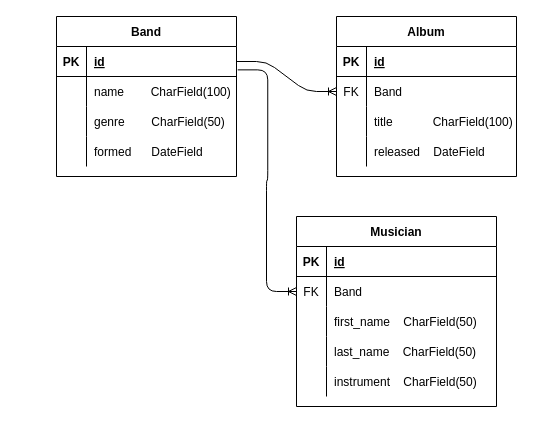
cliveford/bandology keeps this draw.io diagram as diagrams/erd.drawio. Above is the earlier version. Source tidied: cells renumbered, new cells numbered last; positions are measured from the earlier drawing's top-left corner, leaving out a move shared by most shapes. Both pictures are drawn from the tidied source at 100%, with x=0, y=0 at pixel (56, 16).
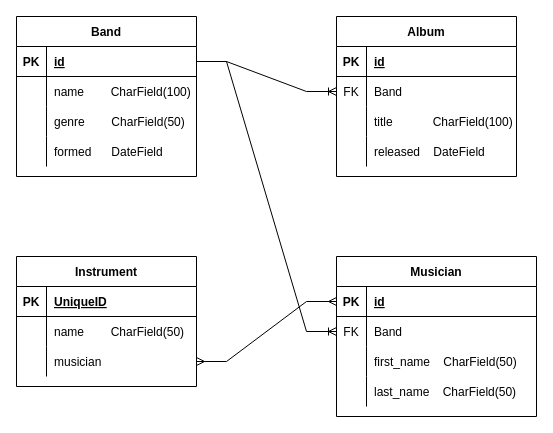
The same page after the edit.

The change refers to these unchanged cells:
```xml
<mxCell id="3" style="shape=partialRectangle;fillColor=none;top=0;left=0;bottom=1;right=0;points=[[0,0.5],[1,0.5]];portConstraint=eastwest;" parent="2" vertex="1">
  <mxGeometry y="30" width="180" height="30" as="geometry" />
</mxCell>
<mxCell id="19" style="shape=partialRectangle;fillColor=none;top=0;left=0;bottom=0;right=0;points=[[0,0.5],[1,0.5]];portConstraint=eastwest;" parent="15" vertex="1">
  <mxGeometry y="60" width="180" height="30" as="geometry" />
</mxCell>
<mxCell id="30" style="shape=partialRectangle;fillColor=none;top=0;left=0;bottom=1;right=0;points=[[0,0.5],[1,0.5]];portConstraint=eastwest;" parent="29" vertex="1">
  <mxGeometry y="30" width="200" height="30" as="geometry" />
</mxCell>
<mxCell id="33" style="shape=partialRectangle;fillColor=none;top=0;left=0;bottom=0;right=0;points=[[0,0.5],[1,0.5]];portConstraint=eastwest;" parent="29" vertex="1">
  <mxGeometry y="60" width="200" height="30" as="geometry" />
</mxCell>
```

The edit, as a diff of the source:
```diff
@@
     <mxCell id="2" value="Band" style="shape=table;startSize=30;childLayout=tableLayout;rowLines=0;fontStyle=1;align=center;" parent="1" vertex="1">
-      <mxGeometry width="180" height="160" as="geometry" />
+      <mxGeometry x="-40" width="180" height="160" as="geometry" />
     </mxCell>
@@
-    <mxCell id="28" style="edgeStyle=entityRelationEdgeStyle;fontSize=12;html=1;endArrow=ERoneToMany;exitX=1;exitY=0.5;exitDx=0;exitDy=0;entryX=0;entryY=0.5;entryDx=0;entryDy=0;" parent="1" edge="1" source="3" target="19">
-      <mxGeometry relative="1" as="geometry" />
+    <mxCell id="28" style="edgeStyle=entityRelationEdgeStyle;fontSize=12;html=1;endArrow=ERoneToMany;entryX=0;entryY=0.5;entryDx=0;entryDy=0;rounded=0;" parent="1" edge="1" target="19">
+      <mxGeometry relative="1" as="geometry">
+        <mxPoint x="140" y="45" as="sourcePoint" />
+      </mxGeometry>
     </mxCell>
     <mxCell id="29" value="Musician" style="shape=table;startSize=30;childLayout=tableLayout;rowLines=0;fontStyle=1;align=center;" parent="1" vertex="1">
-      <mxGeometry x="240" y="200" width="200" height="190" as="geometry" />
+      <mxGeometry x="280" y="240" width="200" height="160" as="geometry" />
     </mxCell>
@@
-    <mxCell id="42" style="shape=partialRectangle;fillColor=none;top=0;left=0;bottom=0;right=0;" parent="29" vertex="1">
-      <mxGeometry y="150" width="200" height="30" as="geometry" />
-    </mxCell>
-    <mxCell id="43" style="shape=partialRectangle;fillColor=none;top=0;left=0;bottom=0;right=0;overflow=hidden;" parent="42" vertex="1">
-      <mxGeometry width="30" height="30" as="geometry" />
-    </mxCell>
-    <mxCell id="44" value="instrument    CharField(50)" style="shape=partialRectangle;fillColor=none;top=0;left=0;bottom=0;right=0;align=left;spacingLeft=6;overflow=hidden;" parent="42" vertex="1">
-      <mxGeometry x="30" width="170" height="30" as="geometry" />
-    </mxCell>
+    <mxCell id="46" value="Instrument" style="shape=table;startSize=30;childLayout=tableLayout;rowLines=0;fontStyle=1;align=center;" parent="1" vertex="1">
+      <mxGeometry x="-40" y="240" width="180" height="130" as="geometry" />
+    </mxCell>
+    <mxCell id="47" style="shape=partialRectangle;fillColor=none;top=0;left=0;bottom=1;right=0;" parent="46" vertex="1">
+      <mxGeometry y="30" width="180" height="30" as="geometry" />
+    </mxCell>
+    <mxCell id="48" value="PK" style="shape=partialRectangle;fillColor=none;top=0;left=0;bottom=0;right=0;fontStyle=1;overflow=hidden;" parent="47" vertex="1">
+      <mxGeometry width="30" height="30" as="geometry" />
+    </mxCell>
+    <mxCell id="49" value="UniqueID" style="shape=partialRectangle;fillColor=none;top=0;left=0;bottom=0;right=0;align=left;spacingLeft=6;fontStyle=5;overflow=hidden;" parent="47" vertex="1">
+      <mxGeometry x="30" width="150" height="30" as="geometry" />
+    </mxCell>
+    <mxCell id="50" style="shape=partialRectangle;fillColor=none;top=0;left=0;bottom=0;right=0;" parent="46" vertex="1">
+      <mxGeometry y="60" width="180" height="30" as="geometry" />
+    </mxCell>
+    <mxCell id="51" style="shape=partialRectangle;fillColor=none;top=0;left=0;bottom=0;right=0;overflow=hidden;" parent="50" vertex="1">
+      <mxGeometry width="30" height="30" as="geometry" />
+    </mxCell>
+    <mxCell id="52" value="name        CharField(50)" style="shape=partialRectangle;fillColor=none;top=0;left=0;bottom=0;right=0;align=left;spacingLeft=6;overflow=hidden;" parent="50" vertex="1">
+      <mxGeometry x="30" width="150" height="30" as="geometry" />
+    </mxCell>
+    <mxCell id="53" style="shape=partialRectangle;fillColor=none;top=0;left=0;bottom=0;right=0;points=[[0,0.5],[1,0.5]];portConstraint=eastwest;" parent="46" vertex="1">
+      <mxGeometry y="90" width="180" height="30" as="geometry" />
+    </mxCell>
+    <mxCell id="54" style="shape=partialRectangle;fillColor=none;top=0;left=0;bottom=0;right=0;overflow=hidden;" parent="53" vertex="1">
+      <mxGeometry width="30" height="30" as="geometry" />
+    </mxCell>
+    <mxCell id="55" value="musician" style="shape=partialRectangle;fillColor=none;top=0;left=0;bottom=0;right=0;align=left;spacingLeft=6;overflow=hidden;" parent="53" vertex="1">
+      <mxGeometry x="30" width="150" height="30" as="geometry" />
+    </mxCell>
+    <mxCell id="56" style="edgeStyle=entityRelationEdgeStyle;fontSize=12;html=1;endArrow=ERmany;startArrow=ERmany;rounded=0;exitX=1;exitY=0.5;exitDx=0;exitDy=0;entryX=0;entryY=0.5;entryDx=0;entryDy=0;" parent="1" edge="1" source="53" target="30">
+      <mxGeometry relative="1" as="geometry" />
+    </mxCell>
-    <mxCell id="45" style="edgeStyle=entityRelationEdgeStyle;fontSize=12;html=1;endArrow=ERoneToMany;entryX=0;entryY=0.5;entryDx=0;entryDy=0;exitX=1.007;exitY=0.779;exitDx=0;exitDy=0;exitPerimeter=0;" parent="1" edge="1" source="3" target="33">
+    <mxCell id="45" style="edgeStyle=entityRelationEdgeStyle;fontSize=12;html=1;endArrow=ERoneToMany;rounded=0;exitX=1;exitY=0.5;exitDx=0;exitDy=0;entryX=0;entryY=0.5;entryDx=0;entryDy=0;" parent="1" edge="1" source="3" target="33">
       <mxGeometry relative="1" as="geometry" />
     </mxCell>
```
